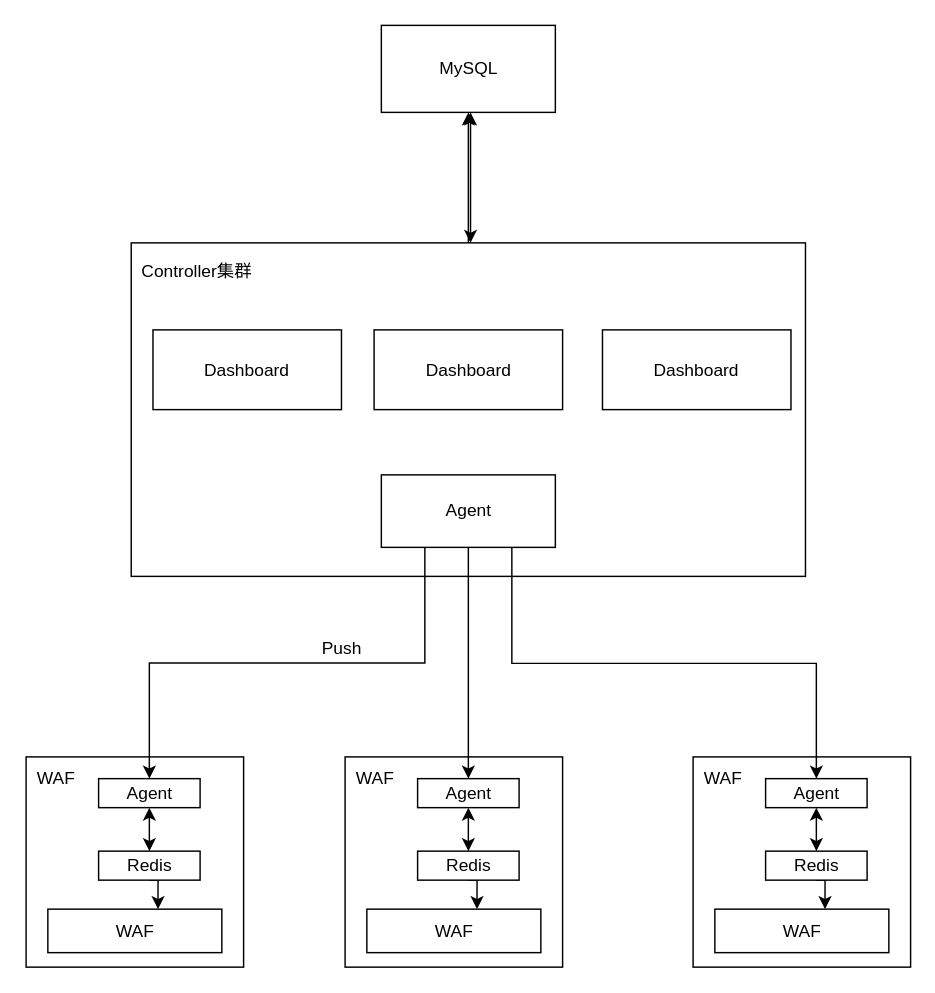
Earlier version of the draw.io diagram vwaf集群.drawio (whscout/resume). Source tidied: cells renumbered, new cells numbered last; positions are measured from the earlier drawing's top-left corner, leaving out a move shared by most shapes. Both pictures are drawn from the tidied source at 145%, with x=0, y=0 at pixel (25, 25).
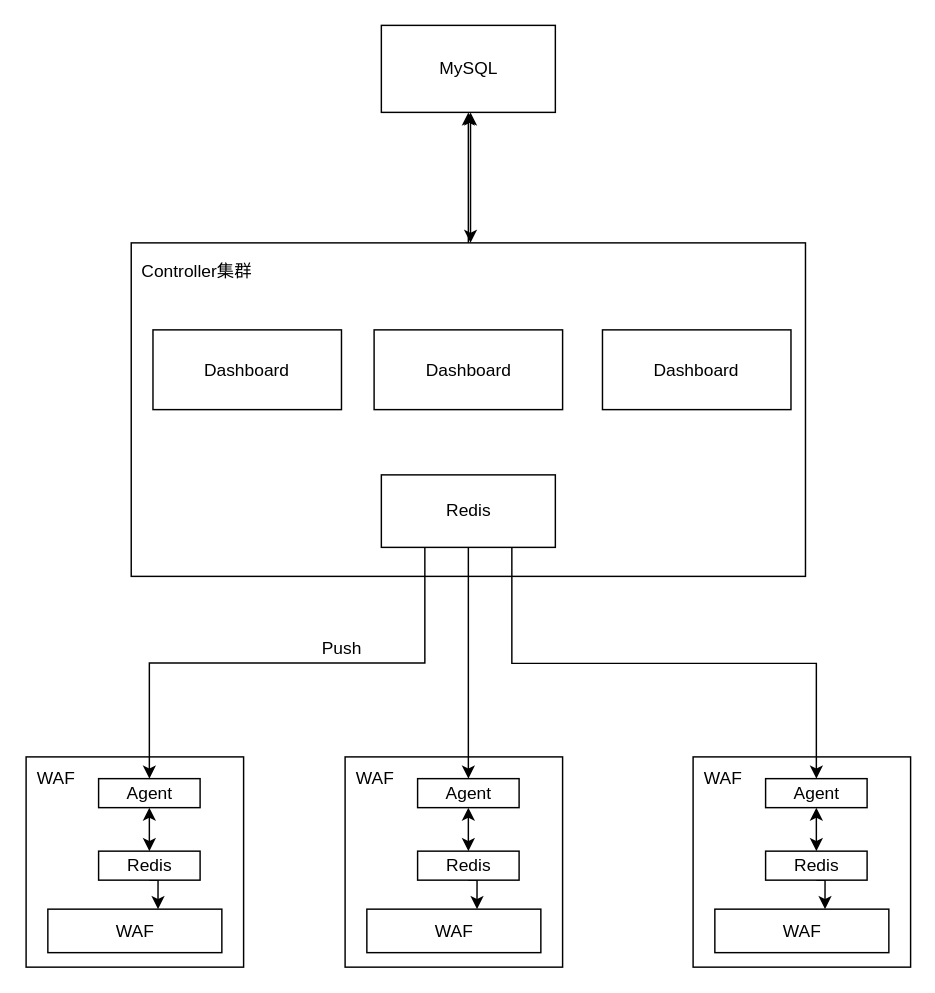
Above is the later version.

What changed in the source:
```diff
@@
-    <mxCell id="9" value="Agent" style="rounded=0;whiteSpace=wrap;html=1;" parent="1" vertex="1">
+    <mxCell id="9" value="Redis" style="rounded=0;whiteSpace=wrap;html=1;" parent="1" vertex="1">
       <mxGeometry x="245.5" y="310" width="120" height="50" as="geometry" />
     </mxCell>
```
